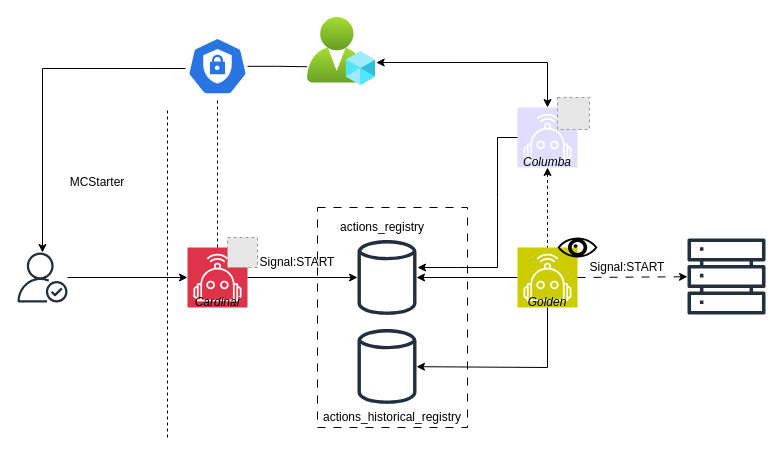
This is UserStartUp.drawio from NexCreep/server, a draw.io file, before an edit. Source tidied: cells renumbered, new cells numbered last; positions are measured from the earlier drawing's top-left corner, leaving out a move shared by most shapes. Both pictures are drawn from the tidied source at 100%, with x=0, y=0 at pixel (17, 17). Pictures stored in the file or linked from it are replaced by grey dashed boxes.
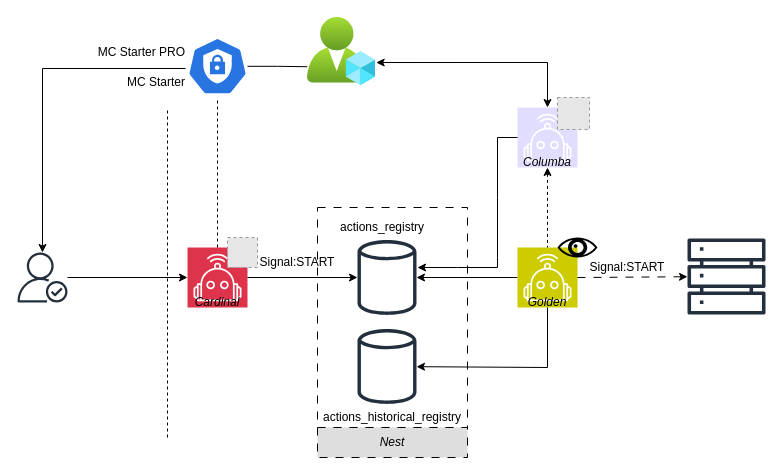
The same page after the edit.

The edit, as a diff of the source:
```diff
@@
-    <mxCell id="17" value="MCStarter" style="text;html=1;align=center;verticalAlign=middle;whiteSpace=wrap;rounded=0;" parent="1" vertex="1">
-      <mxGeometry x="50" y="150" width="60" height="30" as="geometry" />
+    <mxCell id="17" value="MC Starter PRO" style="text;html=1;align=right;verticalAlign=middle;whiteSpace=wrap;rounded=0;" parent="1" vertex="1">
+      <mxGeometry x="80" y="20" width="90" height="30" as="geometry" />
     </mxCell>
@@
+    <mxCell id="36" value="MC Starter" style="text;html=1;align=right;verticalAlign=middle;whiteSpace=wrap;rounded=0;" parent="1" vertex="1">
+      <mxGeometry x="80" y="50" width="90" height="30" as="geometry" />
+    </mxCell>
@@
+    <mxCell id="37" value="&lt;i&gt;Nest&lt;/i&gt;" style="text;html=1;align=center;verticalAlign=middle;whiteSpace=wrap;rounded=0;strokeColor=default;dashed=1;dashPattern=8 8;fillColor=#DEDEDE;" parent="1" vertex="1">
+      <mxGeometry x="300" y="410" width="150" height="30" as="geometry" />
+    </mxCell>
```
